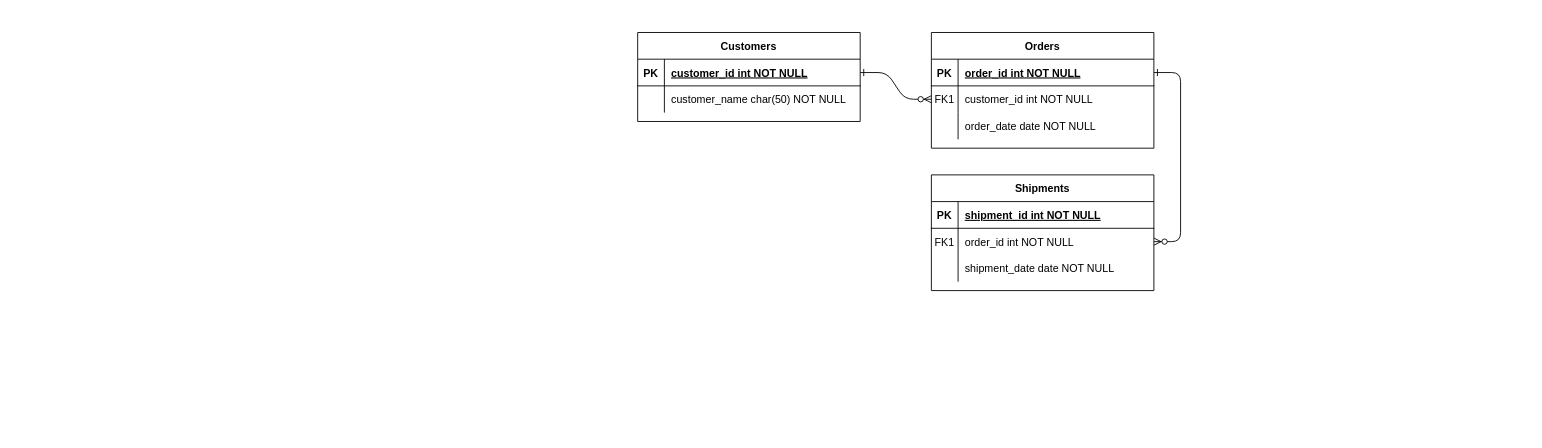
This is Diagrama sem nome.drawio from Umbrial-SaaS/backend, a draw.io file, before an edit. Source tidied: cells renumbered, new cells numbered last; positions are measured from the earlier drawing's top-left corner, leaving out a move shared by most shapes. Both pictures are drawn from the tidied source at 89%, with x=0, y=0 at pixel (637, 32).
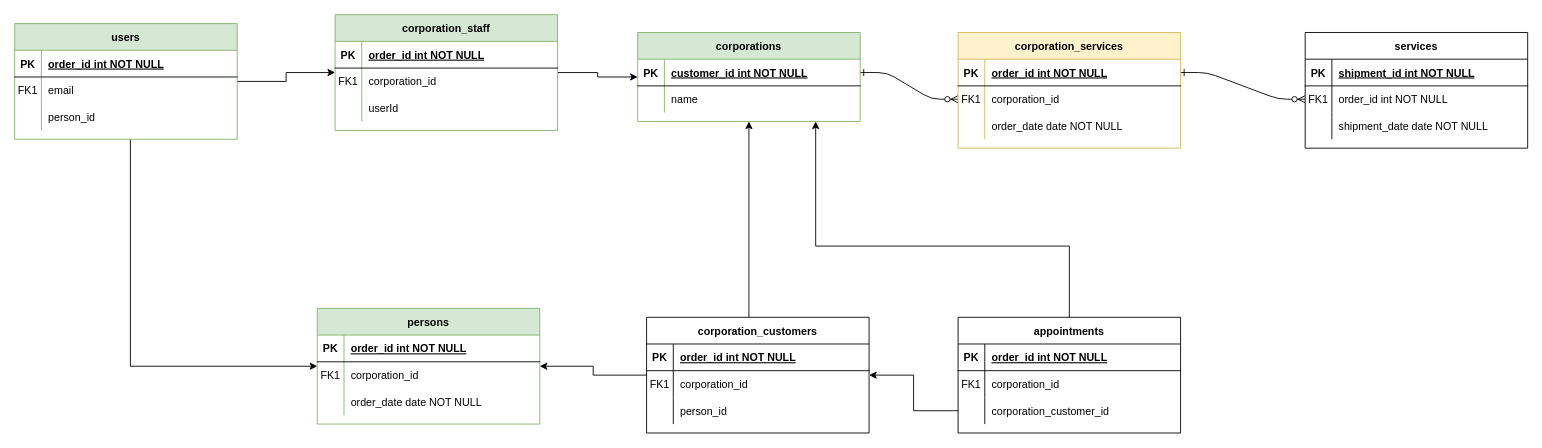
Above is the later version.

Unchanged cells that the change refers to:
```xml
<mxCell id="8" style="shape=partialRectangle;fillColor=none;points=[[0,0.5],[1,0.5]];portConstraint=eastwest;top=0;left=0;right=0;bottom=0;" parent="4" vertex="1">
  <mxGeometry y="60" width="250" height="30" as="geometry" />
</mxCell>
<mxCell id="28" style="shape=partialRectangle;fillColor=none;top=0;left=0;right=0;bottom=0;" parent="24" vertex="1">
  <mxGeometry y="60" width="250" height="30" as="geometry" />
</mxCell>
```

What changed in the source:
```diff
@@
-    <mxCell id="4" value="Orders" style="shape=table;startSize=30;childLayout=tableLayout;rowLines=0;fontStyle=1;align=center;" parent="1" vertex="1">
-      <mxGeometry x="330" width="250" height="130" as="geometry" />
+    <mxCell id="4" value="corporation_services" style="shape=table;startSize=30;childLayout=tableLayout;rowLines=0;fontStyle=1;align=center;fillColor=#fff2cc;strokeColor=#d6b656;" parent="1" vertex="1">
+      <mxGeometry x="360" width="250" height="130" as="geometry" />
     </mxCell>
@@
-    <mxCell id="10" value="customer_id int NOT NULL" style="shape=partialRectangle;overflow=hidden;fillColor=none;top=0;left=0;bottom=0;right=0;align=left;spacingLeft=6;" parent="8" vertex="1">
+    <mxCell id="10" value="corporation_id" style="shape=partialRectangle;overflow=hidden;fillColor=none;top=0;left=0;bottom=0;right=0;align=left;spacingLeft=6;" parent="8" vertex="1">
       <mxGeometry x="30" width="220" height="30" as="geometry" />
     </mxCell>
@@
-    <mxCell id="14" value="Shipments" style="shape=table;startSize=30;childLayout=tableLayout;rowLines=0;fontStyle=1;align=center;" parent="1" vertex="1">
-      <mxGeometry x="330" y="160" width="250" height="130" as="geometry" />
+    <mxCell id="14" value="services" style="shape=table;startSize=30;childLayout=tableLayout;rowLines=0;fontStyle=1;align=center;" parent="1" vertex="1">
+      <mxGeometry x="750" width="250" height="130" as="geometry" />
     </mxCell>
@@
-    <mxCell id="24" value="Customers" style="shape=table;startSize=30;childLayout=tableLayout;rowLines=0;fontStyle=1;align=center;" parent="1" vertex="1">
+    <mxCell id="24" value="corporations" style="shape=table;startSize=30;childLayout=tableLayout;rowLines=0;fontStyle=1;align=center;fillColor=#d5e8d4;strokeColor=#82b366;" parent="1" vertex="1">
       <mxGeometry width="250" height="100" as="geometry" />
     </mxCell>
@@
-    <mxCell id="30" value="customer_name char(50) NOT NULL" style="shape=partialRectangle;overflow=hidden;fillColor=none;top=0;left=0;bottom=0;right=0;align=left;spacingLeft=6;" parent="28" vertex="1">
+    <mxCell id="30" value="name" style="shape=partialRectangle;overflow=hidden;fillColor=none;top=0;left=0;bottom=0;right=0;align=left;spacingLeft=6;" parent="28" vertex="1">
       <mxGeometry x="30" width="220" height="30" as="geometry" />
     </mxCell>
+    <mxCell id="31" style="edgeStyle=orthogonalEdgeStyle;rounded=0;jettySize=auto;html=1;" parent="1" edge="1" source="32" target="24">
+      <mxGeometry relative="1" as="geometry" />
+    </mxCell>
+    <mxCell id="32" value="corporation_staff" style="shape=table;startSize=30;childLayout=tableLayout;rowLines=0;fontStyle=1;align=center;fillColor=#d5e8d4;strokeColor=#82b366;" parent="1" vertex="1">
+      <mxGeometry x="-340" y="-20" width="250" height="130" as="geometry" />
+    </mxCell>
+    <mxCell id="33" style="shape=partialRectangle;fillColor=none;top=0;left=0;right=0;bottom=1;" parent="32" vertex="1">
+      <mxGeometry y="30" width="250" height="30" as="geometry" />
+    </mxCell>
+    <mxCell id="34" value="PK" style="shape=partialRectangle;overflow=hidden;fillColor=none;top=0;left=0;bottom=0;right=0;fontStyle=1;" parent="33" vertex="1">
+      <mxGeometry width="30" height="30" as="geometry" />
+    </mxCell>
+    <mxCell id="35" value="order_id int NOT NULL " style="shape=partialRectangle;overflow=hidden;fillColor=none;top=0;left=0;bottom=0;right=0;align=left;spacingLeft=6;fontStyle=5;" parent="33" vertex="1">
+      <mxGeometry x="30" width="220" height="30" as="geometry" />
+    </mxCell>
+    <mxCell id="36" style="shape=partialRectangle;fillColor=none;top=0;left=0;right=0;bottom=0;" parent="32" vertex="1">
+      <mxGeometry y="60" width="250" height="30" as="geometry" />
+    </mxCell>
+    <mxCell id="37" value="FK1" style="shape=partialRectangle;overflow=hidden;fillColor=none;top=0;left=0;bottom=0;right=0;" parent="36" vertex="1">
+      <mxGeometry width="30" height="30" as="geometry" />
+    </mxCell>
+    <mxCell id="38" value="corporation_id" style="shape=partialRectangle;overflow=hidden;fillColor=none;top=0;left=0;bottom=0;right=0;align=left;spacingLeft=6;" parent="36" vertex="1">
+      <mxGeometry x="30" width="220" height="30" as="geometry" />
+    </mxCell>
+    <mxCell id="39" style="shape=partialRectangle;fillColor=none;top=0;left=0;right=0;bottom=0;" parent="32" vertex="1">
+      <mxGeometry y="90" width="250" height="30" as="geometry" />
+    </mxCell>
+    <mxCell id="40" style="shape=partialRectangle;overflow=hidden;fillColor=none;top=0;left=0;bottom=0;right=0;" parent="39" vertex="1">
+      <mxGeometry width="30" height="30" as="geometry" />
+    </mxCell>
+    <mxCell id="41" value="userId" style="shape=partialRectangle;overflow=hidden;fillColor=none;top=0;left=0;bottom=0;right=0;align=left;spacingLeft=6;" parent="39" vertex="1">
+      <mxGeometry x="30" width="220" height="30" as="geometry" />
+    </mxCell>
+    <mxCell id="42" style="edgeStyle=orthogonalEdgeStyle;rounded=0;jettySize=auto;html=1;" parent="1" edge="1" source="44" target="32">
+      <mxGeometry relative="1" as="geometry" />
+    </mxCell>
+    <mxCell id="43" style="edgeStyle=orthogonalEdgeStyle;rounded=0;jettySize=auto;html=1;" parent="1" edge="1" target="54">
+      <mxGeometry relative="1" as="geometry">
+        <mxPoint x="-570" y="120" as="sourcePoint" />
+        <Array as="points">
+          <mxPoint x="-570" y="375" />
+        </Array>
+      </mxGeometry>
+    </mxCell>
+    <mxCell id="44" value="users" style="shape=table;startSize=30;childLayout=tableLayout;rowLines=0;fontStyle=1;align=center;fillColor=#d5e8d4;strokeColor=#82b366;" parent="1" vertex="1">
+      <mxGeometry x="-700" y="-10" width="250" height="130" as="geometry" />
+    </mxCell>
+    <mxCell id="45" style="shape=partialRectangle;fillColor=none;top=0;left=0;right=0;bottom=1;" parent="44" vertex="1">
+      <mxGeometry y="30" width="250" height="30" as="geometry" />
+    </mxCell>
+    <mxCell id="46" value="PK" style="shape=partialRectangle;overflow=hidden;fillColor=none;top=0;left=0;bottom=0;right=0;fontStyle=1;" parent="45" vertex="1">
+      <mxGeometry width="30" height="30" as="geometry" />
+    </mxCell>
+    <mxCell id="47" value="order_id int NOT NULL " style="shape=partialRectangle;overflow=hidden;fillColor=none;top=0;left=0;bottom=0;right=0;align=left;spacingLeft=6;fontStyle=5;" parent="45" vertex="1">
+      <mxGeometry x="30" width="220" height="30" as="geometry" />
+    </mxCell>
+    <mxCell id="48" style="shape=partialRectangle;fillColor=none;top=0;left=0;right=0;bottom=0;" parent="44" vertex="1">
+      <mxGeometry y="60" width="250" height="30" as="geometry" />
+    </mxCell>
+    <mxCell id="49" value="FK1" style="shape=partialRectangle;overflow=hidden;fillColor=none;top=0;left=0;bottom=0;right=0;" parent="48" vertex="1">
+      <mxGeometry width="30" height="30" as="geometry" />
+    </mxCell>
+    <mxCell id="50" value="email" style="shape=partialRectangle;overflow=hidden;fillColor=none;top=0;left=0;bottom=0;right=0;align=left;spacingLeft=6;" parent="48" vertex="1">
+      <mxGeometry x="30" width="220" height="30" as="geometry" />
+    </mxCell>
+    <mxCell id="51" style="shape=partialRectangle;fillColor=none;top=0;left=0;right=0;bottom=0;" parent="44" vertex="1">
+      <mxGeometry y="90" width="250" height="30" as="geometry" />
+    </mxCell>
+    <mxCell id="52" style="shape=partialRectangle;overflow=hidden;fillColor=none;top=0;left=0;bottom=0;right=0;" parent="51" vertex="1">
+      <mxGeometry width="30" height="30" as="geometry" />
+    </mxCell>
+    <mxCell id="53" value="person_id" style="shape=partialRectangle;overflow=hidden;fillColor=none;top=0;left=0;bottom=0;right=0;align=left;spacingLeft=6;" parent="51" vertex="1">
+      <mxGeometry x="30" width="220" height="30" as="geometry" />
+    </mxCell>
+    <mxCell id="54" value="persons" style="shape=table;startSize=30;childLayout=tableLayout;rowLines=0;fontStyle=1;align=center;fillColor=#d5e8d4;strokeColor=#82b366;" parent="1" vertex="1">
+      <mxGeometry x="-360" y="310" width="250" height="130" as="geometry" />
+    </mxCell>
+    <mxCell id="55" style="shape=partialRectangle;fillColor=none;top=0;left=0;right=0;bottom=1;" parent="54" vertex="1">
+      <mxGeometry y="30" width="250" height="30" as="geometry" />
+    </mxCell>
+    <mxCell id="56" value="PK" style="shape=partialRectangle;overflow=hidden;fillColor=none;top=0;left=0;bottom=0;right=0;fontStyle=1;" parent="55" vertex="1">
+      <mxGeometry width="30" height="30" as="geometry" />
+    </mxCell>
+    <mxCell id="57" value="order_id int NOT NULL " style="shape=partialRectangle;overflow=hidden;fillColor=none;top=0;left=0;bottom=0;right=0;align=left;spacingLeft=6;fontStyle=5;" parent="55" vertex="1">
+      <mxGeometry x="30" width="220" height="30" as="geometry" />
+    </mxCell>
+    <mxCell id="58" style="shape=partialRectangle;fillColor=none;top=0;left=0;right=0;bottom=0;" parent="54" vertex="1">
+      <mxGeometry y="60" width="250" height="30" as="geometry" />
+    </mxCell>
+    <mxCell id="59" value="FK1" style="shape=partialRectangle;overflow=hidden;fillColor=none;top=0;left=0;bottom=0;right=0;" parent="58" vertex="1">
+      <mxGeometry width="30" height="30" as="geometry" />
+    </mxCell>
+    <mxCell id="60" value="corporation_id" style="shape=partialRectangle;overflow=hidden;fillColor=none;top=0;left=0;bottom=0;right=0;align=left;spacingLeft=6;" parent="58" vertex="1">
+      <mxGeometry x="30" width="220" height="30" as="geometry" />
+    </mxCell>
+    <mxCell id="61" style="shape=partialRectangle;fillColor=none;top=0;left=0;right=0;bottom=0;" parent="54" vertex="1">
+      <mxGeometry y="90" width="250" height="30" as="geometry" />
+    </mxCell>
+    <mxCell id="62" style="shape=partialRectangle;overflow=hidden;fillColor=none;top=0;left=0;bottom=0;right=0;" parent="61" vertex="1">
+      <mxGeometry width="30" height="30" as="geometry" />
+    </mxCell>
+    <mxCell id="63" value="order_date date NOT NULL" style="shape=partialRectangle;overflow=hidden;fillColor=none;top=0;left=0;bottom=0;right=0;align=left;spacingLeft=6;" parent="61" vertex="1">
+      <mxGeometry x="30" width="220" height="30" as="geometry" />
+    </mxCell>
+    <mxCell id="64" style="edgeStyle=orthogonalEdgeStyle;rounded=0;jettySize=auto;html=1;" parent="1" edge="1" source="66" target="24">
+      <mxGeometry relative="1" as="geometry">
+        <Array as="points">
+          <mxPoint x="125" y="260" />
+          <mxPoint x="125" y="260" />
+        </Array>
+      </mxGeometry>
+    </mxCell>
+    <mxCell id="65" style="edgeStyle=orthogonalEdgeStyle;rounded=0;jettySize=auto;html=1;" parent="1" edge="1" source="66" target="54">
+      <mxGeometry relative="1" as="geometry" />
+    </mxCell>
+    <mxCell id="66" value="corporation_customers" style="shape=table;startSize=30;childLayout=tableLayout;rowLines=0;fontStyle=1;align=center;" parent="1" vertex="1">
+      <mxGeometry x="10" y="320" width="250" height="130" as="geometry" />
+    </mxCell>
+    <mxCell id="67" style="shape=partialRectangle;fillColor=none;top=0;left=0;right=0;bottom=1;" parent="66" vertex="1">
+      <mxGeometry y="30" width="250" height="30" as="geometry" />
+    </mxCell>
+    <mxCell id="68" value="PK" style="shape=partialRectangle;overflow=hidden;fillColor=none;top=0;left=0;bottom=0;right=0;fontStyle=1;" parent="67" vertex="1">
+      <mxGeometry width="30" height="30" as="geometry" />
+    </mxCell>
+    <mxCell id="69" value="order_id int NOT NULL " style="shape=partialRectangle;overflow=hidden;fillColor=none;top=0;left=0;bottom=0;right=0;align=left;spacingLeft=6;fontStyle=5;" parent="67" vertex="1">
+      <mxGeometry x="30" width="220" height="30" as="geometry" />
+    </mxCell>
+    <mxCell id="70" style="shape=partialRectangle;fillColor=none;top=0;left=0;right=0;bottom=0;" parent="66" vertex="1">
+      <mxGeometry y="60" width="250" height="30" as="geometry" />
+    </mxCell>
+    <mxCell id="71" value="FK1" style="shape=partialRectangle;overflow=hidden;fillColor=none;top=0;left=0;bottom=0;right=0;" parent="70" vertex="1">
+      <mxGeometry width="30" height="30" as="geometry" />
+    </mxCell>
+    <mxCell id="72" value="corporation_id" style="shape=partialRectangle;overflow=hidden;fillColor=none;top=0;left=0;bottom=0;right=0;align=left;spacingLeft=6;" parent="70" vertex="1">
+      <mxGeometry x="30" width="220" height="30" as="geometry" />
+    </mxCell>
+    <mxCell id="73" style="shape=partialRectangle;fillColor=none;top=0;left=0;right=0;bottom=0;" parent="66" vertex="1">
+      <mxGeometry y="90" width="250" height="30" as="geometry" />
+    </mxCell>
+    <mxCell id="74" style="shape=partialRectangle;overflow=hidden;fillColor=none;top=0;left=0;bottom=0;right=0;" parent="73" vertex="1">
+      <mxGeometry width="30" height="30" as="geometry" />
+    </mxCell>
+    <mxCell id="75" value="person_id" style="shape=partialRectangle;overflow=hidden;fillColor=none;top=0;left=0;bottom=0;right=0;align=left;spacingLeft=6;" parent="73" vertex="1">
+      <mxGeometry x="30" width="220" height="30" as="geometry" />
+    </mxCell>
+    <mxCell id="76" style="edgeStyle=orthogonalEdgeStyle;rounded=0;jettySize=auto;html=1;" parent="1" edge="1" source="77" target="24">
+      <mxGeometry relative="1" as="geometry">
+        <Array as="points">
+          <mxPoint x="485" y="240" />
+          <mxPoint x="200" y="240" />
+        </Array>
+      </mxGeometry>
+    </mxCell>
+    <mxCell id="77" value="appointments" style="shape=table;startSize=30;childLayout=tableLayout;rowLines=0;fontStyle=1;align=center;" parent="1" vertex="1">
+      <mxGeometry x="360" y="320" width="250" height="130" as="geometry" />
+    </mxCell>
+    <mxCell id="78" style="shape=partialRectangle;fillColor=none;top=0;left=0;right=0;bottom=1;" parent="77" vertex="1">
+      <mxGeometry y="30" width="250" height="30" as="geometry" />
+    </mxCell>
+    <mxCell id="79" value="PK" style="shape=partialRectangle;overflow=hidden;fillColor=none;top=0;left=0;bottom=0;right=0;fontStyle=1;" parent="78" vertex="1">
+      <mxGeometry width="30" height="30" as="geometry" />
+    </mxCell>
+    <mxCell id="80" value="order_id int NOT NULL " style="shape=partialRectangle;overflow=hidden;fillColor=none;top=0;left=0;bottom=0;right=0;align=left;spacingLeft=6;fontStyle=5;" parent="78" vertex="1">
+      <mxGeometry x="30" width="220" height="30" as="geometry" />
+    </mxCell>
+    <mxCell id="81" style="shape=partialRectangle;fillColor=none;top=0;left=0;right=0;bottom=0;" parent="77" vertex="1">
+      <mxGeometry y="60" width="250" height="30" as="geometry" />
+    </mxCell>
+    <mxCell id="82" value="FK1" style="shape=partialRectangle;overflow=hidden;fillColor=none;top=0;left=0;bottom=0;right=0;" parent="81" vertex="1">
+      <mxGeometry width="30" height="30" as="geometry" />
+    </mxCell>
+    <mxCell id="83" value="corporation_id" style="shape=partialRectangle;overflow=hidden;fillColor=none;top=0;left=0;bottom=0;right=0;align=left;spacingLeft=6;" parent="81" vertex="1">
+      <mxGeometry x="30" width="220" height="30" as="geometry" />
+    </mxCell>
+    <mxCell id="84" style="shape=partialRectangle;fillColor=none;points=[[0,0.5],[1,0.5]];portConstraint=eastwest;top=0;left=0;right=0;bottom=0;" parent="77" vertex="1">
+      <mxGeometry y="90" width="250" height="30" as="geometry" />
+    </mxCell>
+    <mxCell id="85" style="shape=partialRectangle;overflow=hidden;fillColor=none;top=0;left=0;bottom=0;right=0;" parent="84" vertex="1">
+      <mxGeometry width="30" height="30" as="geometry" />
+    </mxCell>
+    <mxCell id="86" value="corporation_customer_id" style="shape=partialRectangle;overflow=hidden;fillColor=none;top=0;left=0;bottom=0;right=0;align=left;spacingLeft=6;" parent="84" vertex="1">
+      <mxGeometry x="30" width="220" height="30" as="geometry" />
+    </mxCell>
+    <mxCell id="87" style="edgeStyle=orthogonalEdgeStyle;rounded=0;jettySize=auto;html=1;" parent="1" edge="1" source="84" target="66">
+      <mxGeometry relative="1" as="geometry" />
+    </mxCell>
```
